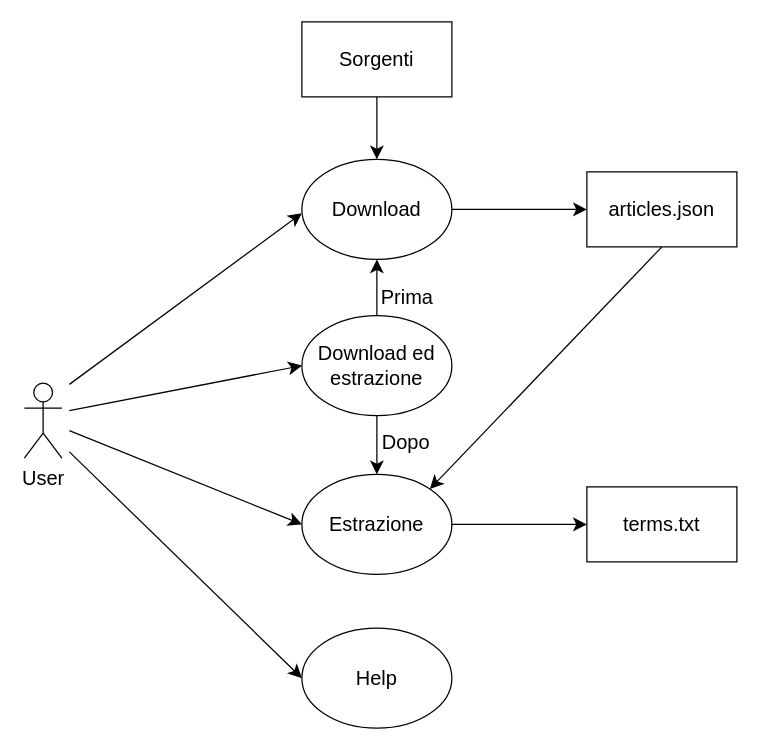
Above: Documenti e diagrammi/doc/DiagrammaCasiUso.drawio in MaTo01/WebMiningProject (draw.io), before the change. Source tidied: cells renumbered, new cells numbered last; positions are measured from the earlier drawing's top-left corner, leaving out a move shared by most shapes. Both pictures are drawn from the tidied source at 125%, with x=0, y=0 at pixel (24, 21).
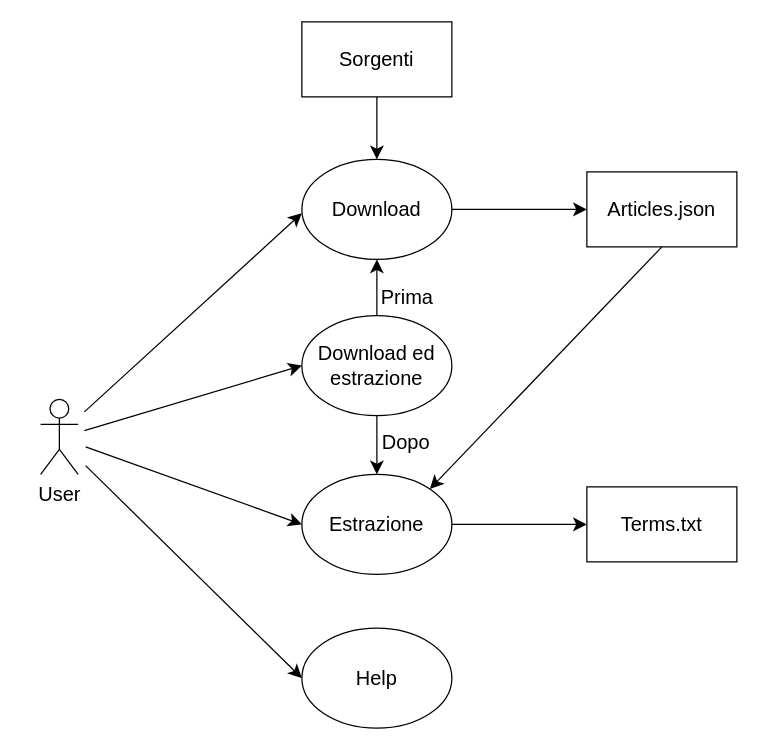
Above is the later version.

The change refers to these unchanged cells:
```xml
<mxCell id="4" value="Download" style="ellipse;whiteSpace=wrap;html=1;fontSize=16;" parent="1" vertex="1">
  <mxGeometry x="222" y="110" width="120" height="80" as="geometry" />
</mxCell>
<mxCell id="8" value="Download ed estrazione" style="ellipse;whiteSpace=wrap;html=1;fontSize=16;" parent="1" vertex="1">
  <mxGeometry x="222" y="235" width="120" height="80" as="geometry" />
</mxCell>
<mxCell id="10" value="Estrazione" style="ellipse;whiteSpace=wrap;html=1;fontSize=16;" parent="1" vertex="1">
  <mxGeometry x="222" y="362" width="120" height="80" as="geometry" />
</mxCell>
<mxCell id="11" value="Help" style="ellipse;whiteSpace=wrap;html=1;fontSize=16;" parent="1" vertex="1">
  <mxGeometry x="222" y="485" width="120" height="80" as="geometry" />
</mxCell>
```

What changed in the source:
```diff
@@
     <mxCell id="2" value="User" style="shape=umlActor;verticalLabelPosition=bottom;verticalAlign=top;html=1;fontSize=16;" parent="1" vertex="1">
-      <mxGeometry y="289" width="30" height="60" as="geometry" />
+      <mxGeometry x="13" y="302" width="30" height="60" as="geometry" />
     </mxCell>
@@
     <mxCell id="12" style="endArrow=classic;html=1;rounded=0;fontSize=12;startSize=8;endSize=8;curved=1;entryX=0;entryY=0.538;entryDx=0;entryDy=0;entryPerimeter=0;" parent="1" edge="1" target="4">
       <mxGeometry relative="1" as="geometry">
-        <mxPoint x="36" y="290" as="sourcePoint" />
+        <mxPoint x="48" y="312" as="sourcePoint" />
       </mxGeometry>
     </mxCell>
     <mxCell id="13" style="endArrow=classic;html=1;rounded=0;fontSize=12;startSize=8;endSize=8;curved=1;entryX=0;entryY=0.5;entryDx=0;entryDy=0;" parent="1" edge="1" target="8">
       <mxGeometry relative="1" as="geometry">
-        <mxPoint x="36" y="311" as="sourcePoint" />
+        <mxPoint x="48" y="327" as="sourcePoint" />
       </mxGeometry>
     </mxCell>
     <mxCell id="14" style="endArrow=classic;html=1;rounded=0;fontSize=12;startSize=8;endSize=8;curved=1;entryX=0;entryY=0.5;entryDx=0;entryDy=0;" parent="1" edge="1" target="10">
       <mxGeometry relative="1" as="geometry">
-        <mxPoint x="36" y="327" as="sourcePoint" />
+        <mxPoint x="49" y="340" as="sourcePoint" />
       </mxGeometry>
     </mxCell>
     <mxCell id="15" style="endArrow=classic;html=1;rounded=0;fontSize=12;startSize=8;endSize=8;curved=1;entryX=0;entryY=0.5;entryDx=0;entryDy=0;" parent="1" edge="1" target="11">
       <mxGeometry relative="1" as="geometry">
-        <mxPoint x="36" y="344" as="sourcePoint" />
+        <mxPoint x="49" y="355" as="sourcePoint" />
       </mxGeometry>
     </mxCell>
@@
-    <mxCell id="19" value="articles.json" style="rounded=0;whiteSpace=wrap;html=1;fontSize=16;" parent="1" vertex="1">
+    <mxCell id="19" value="Articles.json" style="rounded=0;whiteSpace=wrap;html=1;fontSize=16;" parent="1" vertex="1">
       <mxGeometry x="450" y="120" width="120" height="60" as="geometry" />
     </mxCell>
-    <mxCell id="20" value="&lt;div&gt;terms.txt&lt;/div&gt;" style="rounded=0;whiteSpace=wrap;html=1;fontSize=16;" parent="1" vertex="1">
+    <mxCell id="20" value="&lt;div&gt;Terms.txt&lt;/div&gt;" style="rounded=0;whiteSpace=wrap;html=1;fontSize=16;" parent="1" vertex="1">
       <mxGeometry x="450" y="372" width="120" height="60" as="geometry" />
     </mxCell>
```
